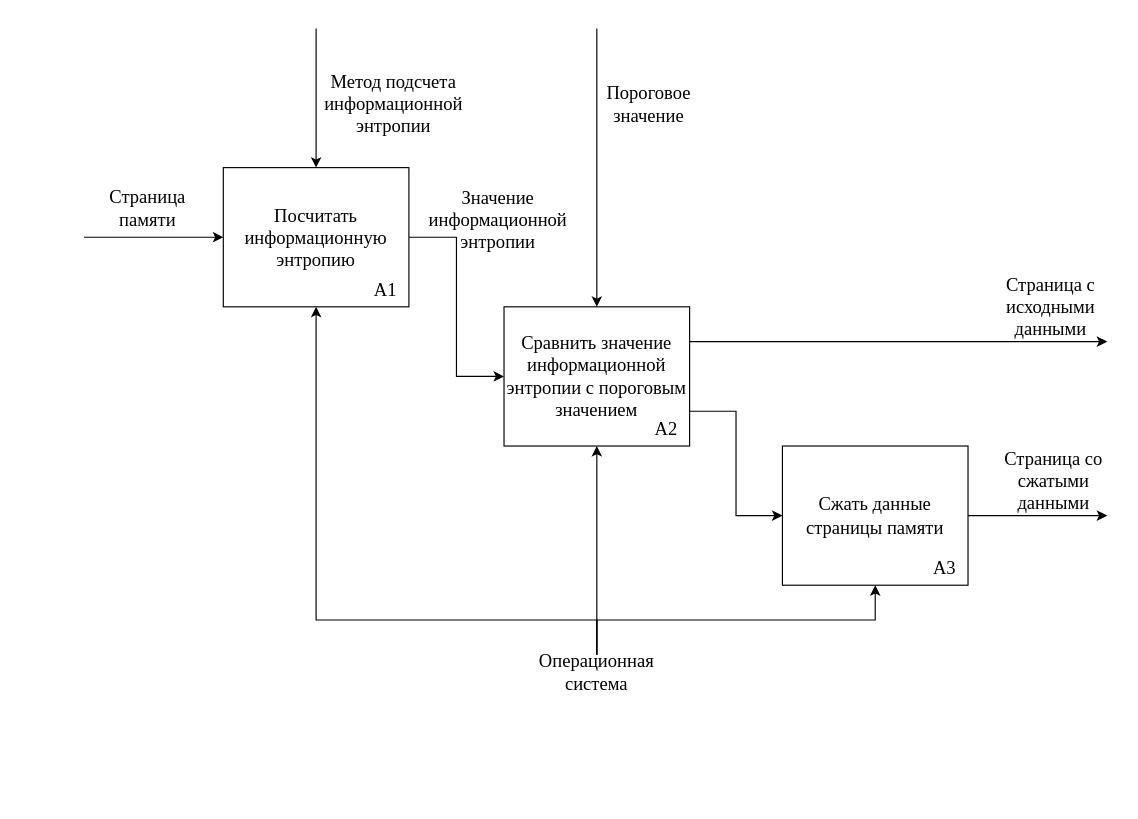
Before: docs/diploma/schemes/first-level.drawio in hamzreg/bmstu-diploma, a draw.io diagram. Source tidied: cells renumbered, new cells numbered last; positions are measured from the earlier drawing's top-left corner, leaving out a move shared by most shapes. Both pictures are drawn from the tidied source at 116%, with x=0, y=0 at pixel (84, 28).
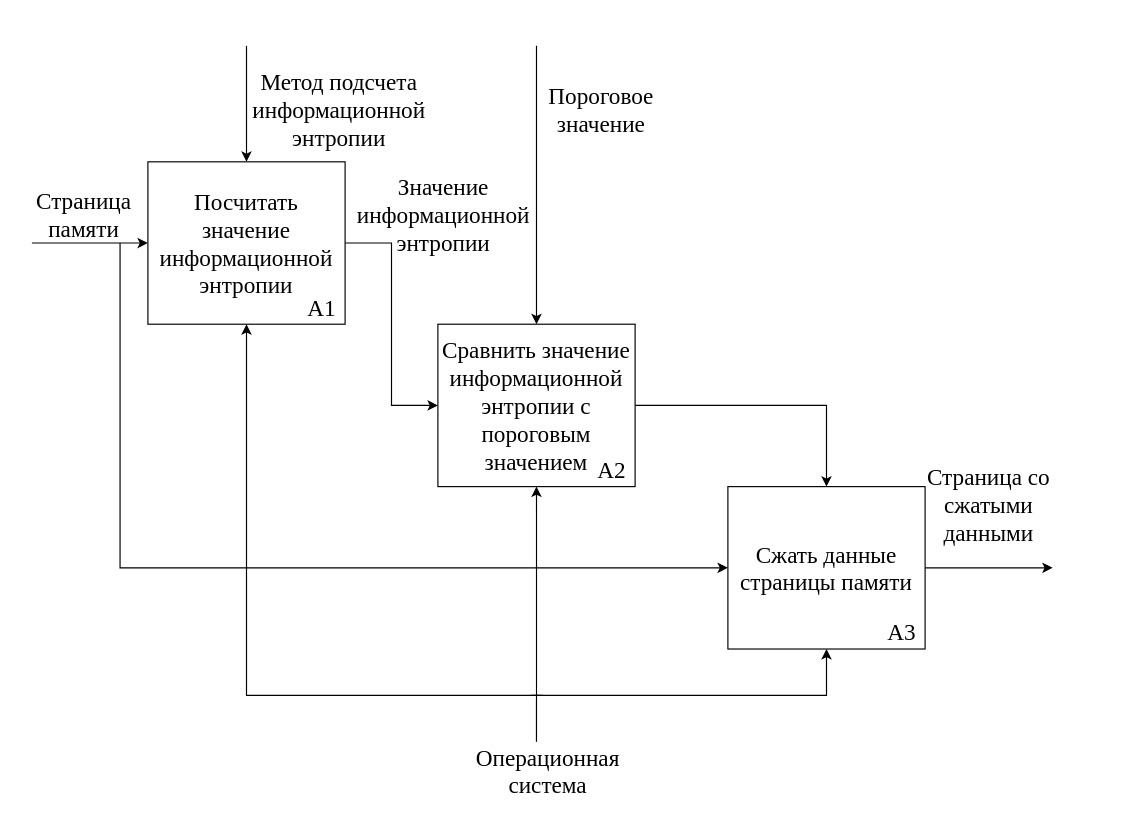
Above is the later version.

What changed in the source:
```diff
@@
-    <mxCell id="2" style="edgeStyle=orthogonalEdgeStyle;rounded=0;jettySize=auto;html=1;exitX=0;exitY=0.5;exitDx=0;exitDy=0;startArrow=classic;startFill=1;endArrow=none;endFill=0;" parent="1" edge="1" source="5">
-      <mxGeometry relative="1" as="geometry">
-        <mxPoint y="180" as="targetPoint" />
-      </mxGeometry>
-    </mxCell>
-    <mxCell id="3" style="edgeStyle=orthogonalEdgeStyle;rounded=0;jettySize=auto;html=1;exitX=0.5;exitY=0;exitDx=0;exitDy=0;startArrow=classic;startFill=1;endArrow=none;endFill=0;" parent="1" edge="1" source="5">
-      <mxGeometry relative="1" as="geometry">
-        <mxPoint x="200" as="targetPoint" />
-      </mxGeometry>
-    </mxCell>
-    <mxCell id="4" style="edgeStyle=orthogonalEdgeStyle;rounded=0;jettySize=auto;html=1;exitX=1;exitY=0.5;exitDx=0;exitDy=0;entryX=0;entryY=0.5;entryDx=0;entryDy=0;" parent="1" edge="1" source="5" target="19">
-      <mxGeometry relative="1" as="geometry" />
-    </mxCell>
-    <mxCell id="5" value="Посчитать информационную энтропию" style="rounded=0;whiteSpace=wrap;html=1;fontFamily=Times New Roman;fontSize=16;" parent="1" vertex="1">
-      <mxGeometry x="120" y="120" width="160" height="120" as="geometry" />
-    </mxCell>
-    <mxCell id="6" value="A1" style="text;html=1;strokeColor=none;fillColor=none;align=center;verticalAlign=middle;whiteSpace=wrap;rounded=0;fontFamily=Times New Roman;fontSize=16;" parent="1" vertex="1">
-      <mxGeometry x="230" y="210" width="60" height="30" as="geometry" />
-    </mxCell>
-    <mxCell id="7" value="Страница памяти" style="text;html=1;strokeColor=none;fillColor=none;align=center;verticalAlign=middle;whiteSpace=wrap;rounded=0;fontFamily=Times New Roman;fontSize=16;" parent="1" vertex="1">
-      <mxGeometry y="140" width="110" height="30" as="geometry" />
+    <mxCell id="7" value="Страница памяти" style="text;html=1;strokeColor=none;fillColor=none;align=center;verticalAlign=middle;whiteSpace=wrap;rounded=0;fontFamily=Times New Roman;fontSize=20;" parent="1" vertex="1">
+      <mxGeometry x="-55" y="145" width="110" height="30" as="geometry" />
     </mxCell>
-    <mxCell id="8" value="Страница со сжатыми данными" style="text;html=1;strokeColor=none;fillColor=none;align=center;verticalAlign=middle;whiteSpace=wrap;rounded=0;fontFamily=Times New Roman;fontSize=16;" parent="1" vertex="1">
-      <mxGeometry x="781" y="375" width="110" height="30" as="geometry" />
+    <mxCell id="8" value="Страница со сжатыми данными" style="text;html=1;strokeColor=none;fillColor=none;align=center;verticalAlign=middle;whiteSpace=wrap;rounded=0;fontFamily=Times New Roman;fontSize=20;" parent="1" vertex="1">
+      <mxGeometry x="725" y="395" width="110" height="30" as="geometry" />
     </mxCell>
-    <mxCell id="9" value="Страница с исходными данными" style="text;html=1;strokeColor=none;fillColor=none;align=center;verticalAlign=middle;whiteSpace=wrap;rounded=0;fontFamily=Times New Roman;fontSize=16;" parent="1" vertex="1">
-      <mxGeometry x="776" y="225" width="115" height="30" as="geometry" />
-    </mxCell>
-    <mxCell id="10" style="edgeStyle=orthogonalEdgeStyle;rounded=0;jettySize=auto;html=1;exitX=0.5;exitY=0;exitDx=0;exitDy=0;entryX=0.5;entryY=1;entryDx=0;entryDy=0;" parent="1" edge="1" source="13" target="21">
-      <mxGeometry relative="1" as="geometry" />
-    </mxCell>
-    <mxCell id="11" style="edgeStyle=orthogonalEdgeStyle;rounded=0;jettySize=auto;html=1;exitX=0.5;exitY=0;exitDx=0;exitDy=0;entryX=0.5;entryY=1;entryDx=0;entryDy=0;" parent="1" edge="1" source="13" target="19">
-      <mxGeometry relative="1" as="geometry" />
-    </mxCell>
-    <mxCell id="12" style="edgeStyle=orthogonalEdgeStyle;rounded=0;jettySize=auto;html=1;exitX=0.5;exitY=0;exitDx=0;exitDy=0;entryX=0.5;entryY=1;entryDx=0;entryDy=0;" parent="1" edge="1" source="13" target="5">
-      <mxGeometry relative="1" as="geometry">
-        <Array as="points">
-          <mxPoint x="442" y="510" />
-          <mxPoint x="200" y="510" />
-        </Array>
-      </mxGeometry>
-    </mxCell>
-    <mxCell id="13" value="Операционная система" style="text;html=1;strokeColor=none;fillColor=none;align=center;verticalAlign=middle;whiteSpace=wrap;rounded=0;fontFamily=Times New Roman;fontSize=16;" parent="1" vertex="1">
-      <mxGeometry x="387" y="540" width="110" height="30" as="geometry" />
+    <mxCell id="13" value="Операционная система" style="text;html=1;strokeColor=none;fillColor=none;align=center;verticalAlign=middle;whiteSpace=wrap;rounded=0;fontFamily=Times New Roman;fontSize=20;" parent="1" vertex="1">
+      <mxGeometry x="345" y="625" width="110" height="30" as="geometry" />
     </mxCell>
-    <mxCell id="14" value="Пороговое значение" style="text;html=1;strokeColor=none;fillColor=none;align=center;verticalAlign=middle;whiteSpace=wrap;rounded=0;fontFamily=Times New Roman;fontSize=16;" parent="1" vertex="1">
-      <mxGeometry x="442" y="50" width="90" height="30" as="geometry" />
+    <mxCell id="14" value="Пороговое значение" style="text;html=1;strokeColor=none;fillColor=none;align=center;verticalAlign=middle;whiteSpace=wrap;rounded=0;fontFamily=Times New Roman;fontSize=20;" parent="1" vertex="1">
+      <mxGeometry x="401" y="55" width="90" height="30" as="geometry" />
     </mxCell>
-    <mxCell id="15" value="Метод подсчета информационной энтропии" style="text;html=1;strokeColor=none;fillColor=none;align=center;verticalAlign=middle;whiteSpace=wrap;rounded=0;fontFamily=Times New Roman;fontSize=16;" parent="1" vertex="1">
-      <mxGeometry x="222" y="50" width="90" height="30" as="geometry" />
+    <mxCell id="15" value="Метод подсчета информационной энтропии" style="text;html=1;strokeColor=none;fillColor=none;align=center;verticalAlign=middle;whiteSpace=wrap;rounded=0;fontFamily=Times New Roman;fontSize=20;" parent="1" vertex="1">
+      <mxGeometry x="175" y="55" width="90" height="30" as="geometry" />
     </mxCell>
-    <mxCell id="16" style="edgeStyle=orthogonalEdgeStyle;rounded=0;jettySize=auto;html=1;exitX=0.5;exitY=0;exitDx=0;exitDy=0;startArrow=classic;startFill=1;endArrow=none;endFill=0;" parent="1" edge="1" source="19">
-      <mxGeometry relative="1" as="geometry">
-        <mxPoint x="442" as="targetPoint" />
-      </mxGeometry>
-    </mxCell>
+    <mxCell id="20" style="edgeStyle=orthogonalEdgeStyle;rounded=0;jettySize=auto;html=1;exitX=1;exitY=0.5;exitDx=0;exitDy=0;" parent="1" edge="1" source="21">
+      <mxGeometry relative="1" as="geometry">
+        <mxPoint x="835" y="465" as="targetPoint" />
+      </mxGeometry>
+    </mxCell>
+    <mxCell id="23" value="Значение информационной энтропии" style="text;html=1;strokeColor=none;fillColor=none;align=center;verticalAlign=middle;whiteSpace=wrap;rounded=0;fontFamily=Times New Roman;fontSize=20;" parent="1" vertex="1">
+      <mxGeometry x="255" y="145" width="110" height="30" as="geometry" />
+    </mxCell>
+    <mxCell id="25" style="edgeStyle=orthogonalEdgeStyle;rounded=0;jettySize=auto;html=1;exitX=0.5;exitY=1;exitDx=0;exitDy=0;startArrow=classic;startFill=1;endArrow=none;endFill=0;" parent="1" edge="1" source="21">
+      <mxGeometry relative="1" as="geometry">
+        <mxPoint x="385" y="575" as="targetPoint" />
+        <Array as="points">
+          <mxPoint x="640" y="575" />
+        </Array>
+      </mxGeometry>
+    </mxCell>
+    <mxCell id="21" value="Сжать данные страницы памяти" style="rounded=0;whiteSpace=wrap;html=1;fontFamily=Times New Roman;fontSize=20;" parent="1" vertex="1">
+      <mxGeometry x="555" y="395" width="170" height="140" as="geometry" />
+    </mxCell>
+    <mxCell id="26" style="edgeStyle=orthogonalEdgeStyle;rounded=0;jettySize=auto;html=1;exitX=0;exitY=0.5;exitDx=0;exitDy=0;startArrow=classic;startFill=1;endArrow=none;endFill=0;" parent="1" edge="1" source="30">
+      <mxGeometry relative="1" as="geometry">
+        <mxPoint x="-45" y="185" as="targetPoint" />
+      </mxGeometry>
+    </mxCell>
+    <mxCell id="27" style="edgeStyle=orthogonalEdgeStyle;rounded=0;jettySize=auto;html=1;exitX=0.5;exitY=0;exitDx=0;exitDy=0;startArrow=classic;startFill=1;endArrow=none;endFill=0;" parent="1" edge="1" source="30">
+      <mxGeometry relative="1" as="geometry">
+        <mxPoint x="140" y="15" as="targetPoint" />
+      </mxGeometry>
+    </mxCell>
+    <mxCell id="28" style="edgeStyle=orthogonalEdgeStyle;rounded=0;jettySize=auto;html=1;exitX=1;exitY=0.5;exitDx=0;exitDy=0;entryX=0;entryY=0.5;entryDx=0;entryDy=0;" parent="1" edge="1" source="30" target="19">
+      <mxGeometry relative="1" as="geometry" />
+    </mxCell>
+    <mxCell id="29" style="edgeStyle=orthogonalEdgeStyle;rounded=0;jettySize=auto;html=1;exitX=0.5;exitY=1;exitDx=0;exitDy=0;startArrow=classic;startFill=1;endArrow=none;endFill=0;" parent="1" edge="1" source="30">
+      <mxGeometry relative="1" as="geometry">
+        <mxPoint x="395" y="575" as="targetPoint" />
+        <Array as="points">
+          <mxPoint x="140" y="575" />
+          <mxPoint x="386" y="575" />
+        </Array>
+      </mxGeometry>
+    </mxCell>
+    <mxCell id="30" value="Посчитать значение информационной энтропии" style="rounded=0;whiteSpace=wrap;html=1;fontFamily=Times New Roman;fontSize=20;" parent="1" vertex="1">
+      <mxGeometry x="55" y="115" width="170" height="140" as="geometry" />
+    </mxCell>
+    <mxCell id="31" style="edgeStyle=orthogonalEdgeStyle;rounded=0;jettySize=auto;html=1;exitX=0.5;exitY=0;exitDx=0;exitDy=0;startArrow=classic;startFill=1;endArrow=none;endFill=0;" parent="1" edge="1" source="19">
+      <mxGeometry relative="1" as="geometry">
+        <mxPoint x="390" y="15" as="targetPoint" />
+      </mxGeometry>
+    </mxCell>
+    <mxCell id="32" style="edgeStyle=orthogonalEdgeStyle;rounded=0;jettySize=auto;html=1;exitX=0.5;exitY=1;exitDx=0;exitDy=0;entryX=0.409;entryY=-0.333;entryDx=0;entryDy=0;entryPerimeter=0;startArrow=classic;startFill=1;endArrow=none;endFill=0;" parent="1" edge="1" source="19" target="13">
+      <mxGeometry relative="1" as="geometry" />
+    </mxCell>
-    <mxCell id="17" style="edgeStyle=orthogonalEdgeStyle;rounded=0;jettySize=auto;html=1;exitX=1;exitY=0.75;exitDx=0;exitDy=0;entryX=0;entryY=0.5;entryDx=0;entryDy=0;" parent="1" edge="1" source="19" target="21">
-      <mxGeometry relative="1" as="geometry">
-        <Array as="points">
-          <mxPoint x="562" y="330" />
-          <mxPoint x="562" y="420" />
-        </Array>
-      </mxGeometry>
+    <mxCell id="17" style="edgeStyle=orthogonalEdgeStyle;rounded=0;jettySize=auto;html=1;exitX=1;exitY=0.5;exitDx=0;exitDy=0;entryX=0.5;entryY=0;entryDx=0;entryDy=0;" parent="1" edge="1" source="19" target="21">
+      <mxGeometry relative="1" as="geometry" />
     </mxCell>
-    <mxCell id="18" style="edgeStyle=orthogonalEdgeStyle;rounded=0;jettySize=auto;html=1;exitX=1;exitY=0.25;exitDx=0;exitDy=0;" parent="1" edge="1" source="19">
-      <mxGeometry relative="1" as="geometry">
-        <mxPoint x="882" y="270" as="targetPoint" />
-      </mxGeometry>
-    </mxCell>
-    <mxCell id="19" value="Сравнить значение информационной энтропии с пороговым значением" style="rounded=0;whiteSpace=wrap;html=1;fontFamily=Times New Roman;fontSize=16;" parent="1" vertex="1">
-      <mxGeometry x="362" y="240" width="160" height="120" as="geometry" />
+    <mxCell id="19" value="Сравнить значение информационной энтропии с пороговым значением" style="rounded=0;whiteSpace=wrap;html=1;fontFamily=Times New Roman;fontSize=20;" parent="1" vertex="1">
+      <mxGeometry x="305" y="255" width="170" height="140" as="geometry" />
     </mxCell>
-    <mxCell id="20" style="edgeStyle=orthogonalEdgeStyle;rounded=0;jettySize=auto;html=1;exitX=1;exitY=0.5;exitDx=0;exitDy=0;" parent="1" edge="1" source="21">
-      <mxGeometry relative="1" as="geometry">
-        <mxPoint x="882" y="420" as="targetPoint" />
-      </mxGeometry>
-    </mxCell>
-    <mxCell id="21" value="Сжать данные страницы памяти" style="rounded=0;whiteSpace=wrap;html=1;fontFamily=Times New Roman;fontSize=16;" parent="1" vertex="1">
-      <mxGeometry x="602" y="360" width="160" height="120" as="geometry" />
-    </mxCell>
+    <mxCell id="6" value="A1" style="text;html=1;strokeColor=none;fillColor=none;align=center;verticalAlign=middle;whiteSpace=wrap;rounded=0;fontFamily=Times New Roman;fontSize=20;" parent="1" vertex="1">
+      <mxGeometry x="175" y="225" width="60" height="30" as="geometry" />
+    </mxCell>
-    <mxCell id="22" value="A2" style="text;html=1;strokeColor=none;fillColor=none;align=center;verticalAlign=middle;whiteSpace=wrap;rounded=0;fontFamily=Times New Roman;fontSize=16;" parent="1" vertex="1">
-      <mxGeometry x="472" y="330" width="60" height="30" as="geometry" />
+    <mxCell id="22" value="A2" style="text;html=1;strokeColor=none;fillColor=none;align=center;verticalAlign=middle;whiteSpace=wrap;rounded=0;fontFamily=Times New Roman;fontSize=20;" parent="1" vertex="1">
+      <mxGeometry x="425" y="365" width="60" height="30" as="geometry" />
     </mxCell>
-    <mxCell id="23" value="Значение информационной энтропии" style="text;html=1;strokeColor=none;fillColor=none;align=center;verticalAlign=middle;whiteSpace=wrap;rounded=0;fontFamily=Times New Roman;fontSize=16;" parent="1" vertex="1">
-      <mxGeometry x="302" y="150" width="110" height="30" as="geometry" />
-    </mxCell>
-    <mxCell id="24" value="A3" style="text;html=1;strokeColor=none;fillColor=none;align=center;verticalAlign=middle;whiteSpace=wrap;rounded=0;fontFamily=Times New Roman;fontSize=16;" parent="1" vertex="1">
-      <mxGeometry x="712" y="450" width="60" height="30" as="geometry" />
+    <mxCell id="24" value="A3" style="text;html=1;strokeColor=none;fillColor=none;align=center;verticalAlign=middle;whiteSpace=wrap;rounded=0;fontFamily=Times New Roman;fontSize=20;" parent="1" vertex="1">
+      <mxGeometry x="675" y="505" width="60" height="30" as="geometry" />
     </mxCell>
+    <mxCell id="33" style="endArrow=classic;html=1;rounded=0;entryX=0;entryY=0.5;entryDx=0;entryDy=0;" parent="1" edge="1" target="21">
+      <mxGeometry relative="1" as="geometry">
+        <mxPoint x="31" y="185" as="sourcePoint" />
+        <Array as="points">
+          <mxPoint x="31" y="465" />
+        </Array>
+      </mxGeometry>
+    </mxCell>
```
